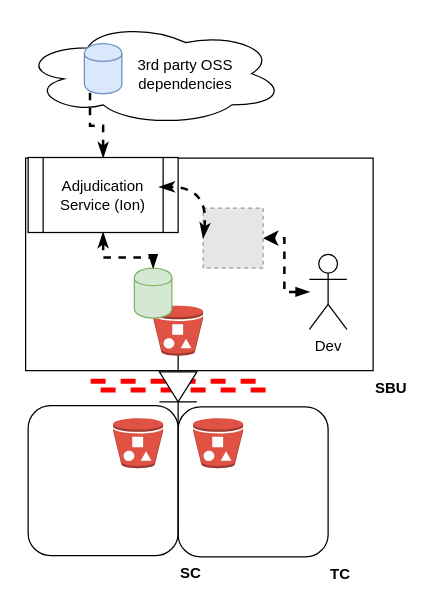
The draw.io diagram pacific flow.drawio in johnmod3/SelectPress, before the edit. Source tidied: cells renumbered, new cells numbered last; positions are measured from the earlier drawing's top-left corner, leaving out a move shared by most shapes. Both pictures are drawn from the tidied source at 125%, with x=0, y=0 at pixel (21, 21). Pictures stored in the file or linked from it are replaced by grey dashed boxes.
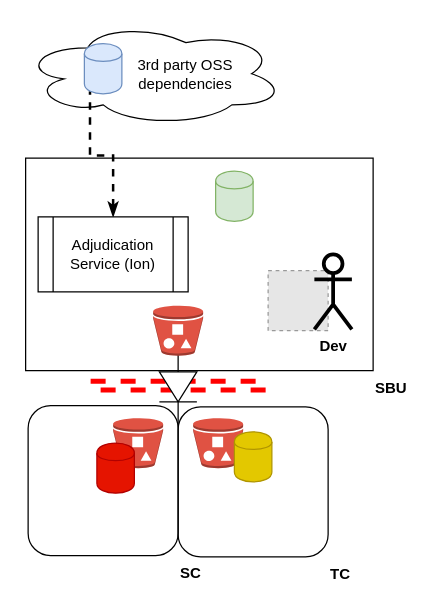
After the change.

The edit, as a diff of the source:
```diff
@@
+    <mxCell id="4" value="SBU" style="rounded=0;whiteSpace=wrap;html=1;fillColor=none;horizontal=1;labelPosition=right;verticalLabelPosition=bottom;align=left;verticalAlign=top;fontStyle=1;" parent="1" vertex="1">
+      <mxGeometry x="3" y="109" width="278" height="170" as="geometry" />
+    </mxCell>
+    <mxCell id="17" style="fillColor=#E6E6E6;strokeColor=#999999;dashed=1;html=1;verticalAlign=top;verticalLabelPosition=bottom;labelBackgroundColor=#ffffff;rotation=-90;" parent="1" vertex="1">
+      <mxGeometry x="197" y="199" width="48" height="48" as="geometry" />
+    </mxCell>
@@
-    <mxCell id="4" value="SBU" style="rounded=0;whiteSpace=wrap;html=1;fillColor=none;horizontal=1;labelPosition=right;verticalLabelPosition=bottom;align=left;verticalAlign=top;fontStyle=1;" parent="1" vertex="1">
-      <mxGeometry x="3" y="109" width="278" height="170" as="geometry" />
-    </mxCell>
@@
-    <mxCell id="10" style="shape=cylinder;whiteSpace=wrap;html=1;boundedLbl=1;backgroundOutline=1;fillColor=#d5e8d4;strokeColor=#82b366;" parent="1" vertex="1">
-      <mxGeometry x="90" y="197" width="30" height="40" as="geometry" />
-    </mxCell>
-    <mxCell id="11" style="edgeStyle=orthogonalEdgeStyle;rounded=0;jettySize=auto;html=1;dashed=1;startArrow=classicThin;startFill=1;strokeColor=#000000;strokeWidth=2;endArrow=blockThin;endFill=1;" parent="1" edge="1" source="13" target="10">
-      <mxGeometry relative="1" as="geometry" />
-    </mxCell>
@@
     <mxCell id="13" value="Adjudication Service (Ion)" style="shape=process;whiteSpace=wrap;html=1;backgroundOutline=1;" parent="1" vertex="1">
-      <mxGeometry x="5" y="108.5" width="120" height="60" as="geometry" />
+      <mxGeometry x="13" y="156" width="120" height="60" as="geometry" />
     </mxCell>
@@
-    <mxCell id="15" style="edgeStyle=orthogonalEdgeStyle;rounded=0;jettySize=auto;html=1;entryX=0.5;entryY=1;entryDx=0;entryDy=0;dashed=1;startArrow=blockThin;startFill=1;strokeColor=#000000;strokeWidth=2;" parent="1" edge="1" source="16" target="17">
-      <mxGeometry relative="1" as="geometry" />
-    </mxCell>
-    <mxCell id="16" value="Dev&lt;br&gt;" style="shape=umlActor;verticalLabelPosition=bottom;labelBackgroundColor=#ffffff;verticalAlign=top;html=1;outlineConnect=0;fillColor=none;" parent="1" vertex="1">
-      <mxGeometry x="230" y="186" width="30" height="60" as="geometry" />
+    <mxCell id="16" value="Dev&lt;br&gt;" style="shape=umlActor;verticalLabelPosition=bottom;labelBackgroundColor=#ffffff;verticalAlign=top;html=1;outlineConnect=0;strokeWidth=3;fontStyle=1;" parent="1" vertex="1">
+      <mxGeometry x="234" y="186" width="30" height="60" as="geometry" />
     </mxCell>
-    <mxCell id="17" style="fillColor=#E6E6E6;strokeColor=#999999;dashed=1;html=1;verticalAlign=top;verticalLabelPosition=bottom;labelBackgroundColor=#ffffff;rotation=-90;" parent="1" vertex="1">
-      <mxGeometry x="145" y="149" width="48" height="48" as="geometry" />
-    </mxCell>
-    <mxCell id="18" style="curved=1;endArrow=classicThin;html=1;dashed=1;strokeColor=#000000;strokeWidth=2;exitX=0.5;exitY=0;exitDx=0;exitDy=0;startArrow=classicThin;startFill=1;endFill=1;" parent="1" edge="1" source="17">
-      <mxGeometry relative="1" as="geometry">
-        <mxPoint x="110" y="132" as="targetPoint" />
-        <Array as="points">
-          <mxPoint x="150" y="132" />
-          <mxPoint x="110" y="132" />
-        </Array>
-      </mxGeometry>
-    </mxCell>
@@
+    <mxCell id="21" style="shape=cylinder;whiteSpace=wrap;html=1;boundedLbl=1;backgroundOutline=1;fillColor=#e51400;strokeColor=#B20000;fontColor=#ffffff;" parent="1" vertex="1">
+      <mxGeometry x="60" y="337" width="30" height="40" as="geometry" />
+    </mxCell>
+    <mxCell id="22" style="shape=cylinder;whiteSpace=wrap;html=1;boundedLbl=1;backgroundOutline=1;fillColor=#e3c800;strokeColor=#B09500;fontColor=#ffffff;" parent="1" vertex="1">
+      <mxGeometry x="170" y="328" width="30" height="40" as="geometry" />
+    </mxCell>
+    <mxCell id="10" style="shape=cylinder;whiteSpace=wrap;html=1;boundedLbl=1;backgroundOutline=1;fillColor=#d5e8d4;strokeColor=#82b366;" parent="1" vertex="1">
+      <mxGeometry x="155" y="119.5" width="30" height="40" as="geometry" />
+    </mxCell>
```
